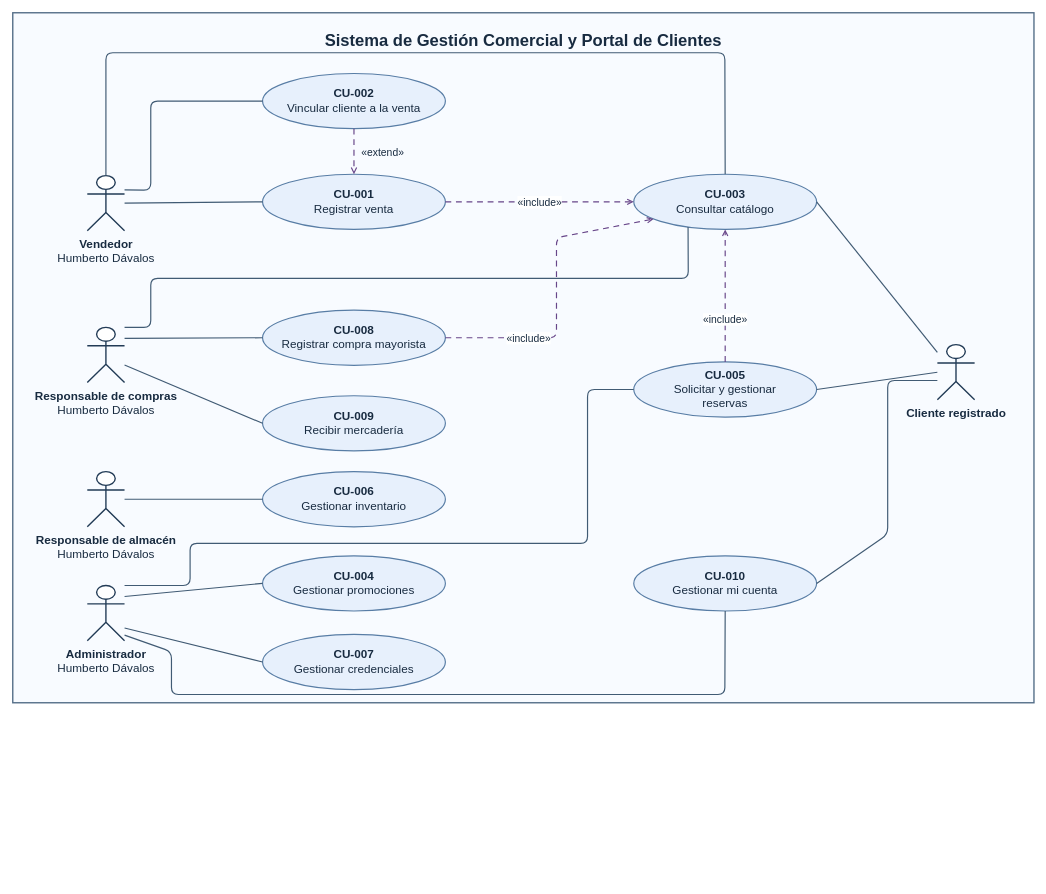
Above: modelos/casos-de-uso.drawio in seckfly/Grupo_4_ISW_Comercial_Nazareth_Definitivo_V2 (draw.io), before the change. Source tidied: cells renumbered, new cells numbered last; positions are measured from the earlier drawing's top-left corner, leaving out a move shared by most shapes. Both pictures are drawn from the tidied source at 69%, with x=0, y=0 at pixel (12, 12).
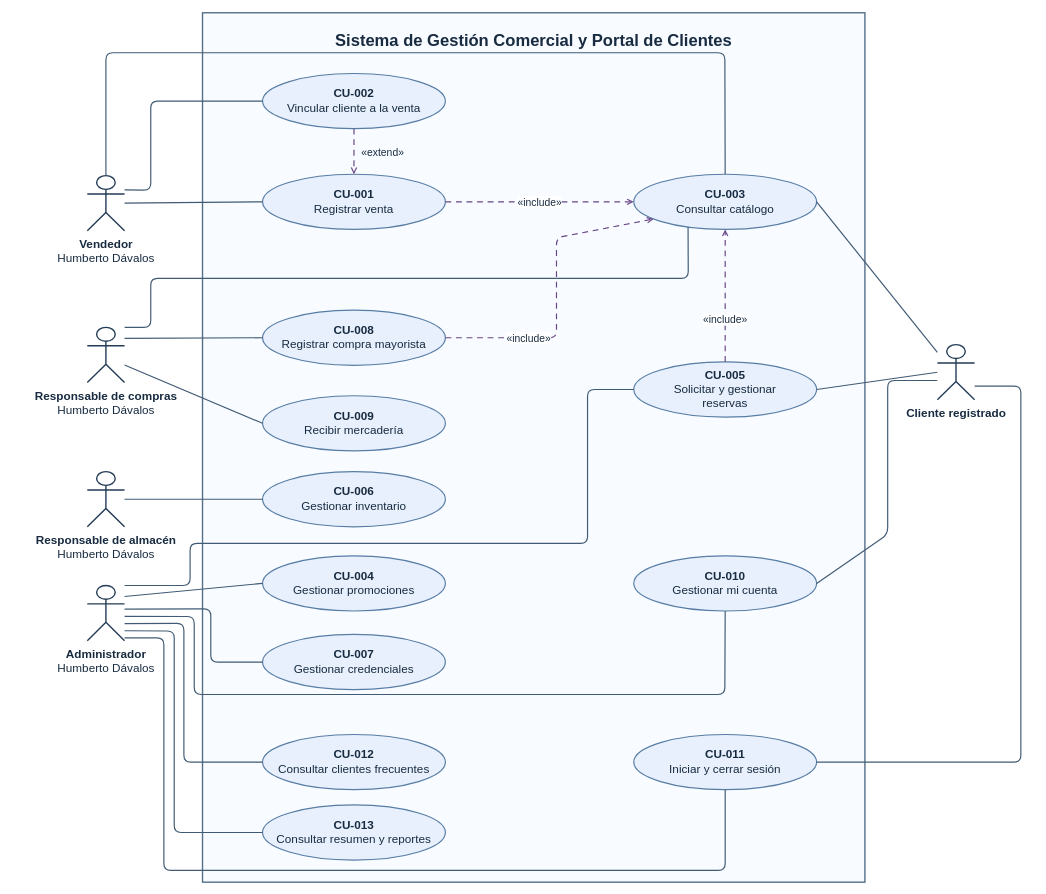
The same page after the edit.

Commit message (it also covers changes not shown here):
docs: actualizar diagramas UML y exportaciones para el informe

The change refers to these unchanged cells:
```xml
<mxCell id="6" value="&lt;b&gt;Administrador&lt;/b&gt;&lt;br&gt;Humberto Dávalos" style="fontFamily=Helvetica;fontColor=#182b40;fontSize=17;html=1;whiteSpace=wrap;shape=umlActor;strokeColor=#223b56;fillColor=#FFFFFF;strokeWidth=2;verticalLabelPosition=bottom;verticalAlign=top;spacingTop=4;align=center;whiteSpace=nowrap;" parent="1" vertex="1">
  <mxGeometry x="108" y="830" width="54" height="80" as="geometry" />
</mxCell>
<mxCell id="7" value="&lt;b&gt;Cliente registrado&lt;/b&gt;" style="fontFamily=Helvetica;fontColor=#182b40;fontSize=17;html=1;whiteSpace=wrap;shape=umlActor;strokeColor=#223b56;fillColor=#FFFFFF;strokeWidth=2;verticalLabelPosition=bottom;verticalAlign=top;spacingTop=4;align=center;whiteSpace=nowrap;" parent="1" vertex="1">
  <mxGeometry x="1340" y="481" width="54" height="80" as="geometry" />
</mxCell>
<mxCell id="14" value="&lt;b&gt;CU-007&lt;/b&gt;&lt;br&gt;Gestionar credenciales" style="fontFamily=Helvetica;fontColor=#182b40;fontSize=17;html=1;whiteSpace=wrap;ellipse;fillColor=#e7f0fc;strokeColor=#587da5;strokeWidth=1.7;" parent="1" vertex="1">
  <mxGeometry x="362" y="901" width="265" height="80" as="geometry" />
</mxCell>
<mxCell id="17" value="&lt;b&gt;CU-010&lt;/b&gt;&lt;br&gt;Gestionar mi cuenta" style="fontFamily=Helvetica;fontColor=#182b40;fontSize=17;html=1;whiteSpace=wrap;ellipse;fillColor=#e7f0fc;strokeColor=#587da5;strokeWidth=1.7;" parent="1" vertex="1">
  <mxGeometry x="900" y="787" width="265" height="80" as="geometry" />
</mxCell>
```

Diff of the diagram source:
```diff
@@
     <mxCell id="2" value="Sistema de Gestión Comercial y Portal de Clientes" style="fontFamily=Helvetica;fontColor=#182b40;fontSize=17;html=1;whiteSpace=wrap;fillColor=#f8fbff;strokeColor=#536d87;strokeWidth=2;verticalAlign=top;spacingTop=19;fontSize=24;fontStyle=1;" parent="1" vertex="1">
-      <mxGeometry width="1480" height="1000" as="geometry" />
+      <mxGeometry x="275" width="960" height="1260" as="geometry" />
     </mxCell>
@@
+    <mxCell id="36" value="&lt;b&gt;CU-011&lt;/b&gt;&lt;br&gt;Iniciar y cerrar sesión" style="fontFamily=Helvetica;fontColor=#182b40;fontSize=17;html=1;whiteSpace=wrap;ellipse;fillColor=#e7f0fc;strokeColor=#587da5;strokeWidth=1.7;" parent="1" vertex="1">
+      <mxGeometry x="900" y="1046" width="265" height="80" as="geometry" />
+    </mxCell>
+    <mxCell id="37" value="&lt;b&gt;CU-012&lt;/b&gt;&lt;br&gt;Consultar clientes frecuentes" style="fontFamily=Helvetica;fontColor=#182b40;fontSize=17;html=1;whiteSpace=wrap;ellipse;fillColor=#e7f0fc;strokeColor=#587da5;strokeWidth=1.7;" parent="1" vertex="1">
+      <mxGeometry x="362" y="1046" width="265" height="80" as="geometry" />
+    </mxCell>
+    <mxCell id="38" value="&lt;b&gt;CU-013&lt;/b&gt;&lt;br&gt;Consultar resumen y reportes" style="fontFamily=Helvetica;fontColor=#182b40;fontSize=17;html=1;whiteSpace=wrap;ellipse;fillColor=#e7f0fc;strokeColor=#587da5;strokeWidth=1.7;" parent="1" vertex="1">
+      <mxGeometry x="362" y="1148" width="265" height="80" as="geometry" />
+    </mxCell>
@@
-    <mxCell id="26" style="fontFamily=Helvetica;fontColor=#182b40;fontSize=17;html=1;whiteSpace=wrap;strokeWidth=1.7;labelBackgroundColor=#FFFFFF;fontSize=15;exitX=1;exitY=0.77;entryX=0;entryY=0.5;endArrow=none;strokeColor=#415b74;" parent="1" edge="1" source="6" target="14">
-      <mxGeometry relative="1" as="geometry" />
+    <mxCell id="26" style="fontFamily=Helvetica;fontColor=#182b40;fontSize=17;html=1;whiteSpace=wrap;strokeWidth=1.7;labelBackgroundColor=#FFFFFF;fontSize=15;exitX=1;exitY=0.43;entryX=0;entryY=0.5;endArrow=none;strokeColor=#415b74;" parent="1" edge="1" source="6" target="14">
+      <mxGeometry relative="1" as="geometry">
+        <Array as="points">
+          <mxPoint x="287" y="864" />
+          <mxPoint x="287" y="941" />
+        </Array>
+      </mxGeometry>
     </mxCell>
@@
-    <mxCell id="28" style="fontFamily=Helvetica;fontColor=#182b40;fontSize=17;html=1;whiteSpace=wrap;strokeWidth=1.7;labelBackgroundColor=#FFFFFF;fontSize=15;exitX=1;exitY=0.9;entryX=0.5;entryY=1;endArrow=none;strokeColor=#415b74;" parent="1" edge="1" source="6" target="17">
+    <mxCell id="28" style="fontFamily=Helvetica;fontColor=#182b40;fontSize=17;html=1;whiteSpace=wrap;strokeWidth=1.7;labelBackgroundColor=#FFFFFF;fontSize=15;exitX=1;exitY=0.56;entryX=0.5;entryY=1;endArrow=none;strokeColor=#415b74;" parent="1" edge="1" source="6" target="17">
       <mxGeometry relative="1" as="geometry">
         <Array as="points">
-          <mxPoint x="230" y="926" />
-          <mxPoint x="230" y="988" />
+          <mxPoint x="263" y="875" />
+          <mxPoint x="263" y="988" />
           <mxPoint x="1032" y="988" />
         </Array>
       </mxGeometry>
     </mxCell>
@@
+    <mxCell id="39" style="fontFamily=Helvetica;fontColor=#182b40;fontSize=17;html=1;whiteSpace=wrap;strokeWidth=1.7;labelBackgroundColor=#FFFFFF;fontSize=15;exitX=1;exitY=0.69;entryX=0;entryY=0.5;endArrow=none;strokeColor=#415b74;" parent="1" edge="1" source="6" target="37">
+      <mxGeometry relative="1" as="geometry">
+        <Array as="points">
+          <mxPoint x="248" y="885" />
+          <mxPoint x="248" y="1086" />
+        </Array>
+      </mxGeometry>
+    </mxCell>
+    <mxCell id="40" style="fontFamily=Helvetica;fontColor=#182b40;fontSize=17;html=1;whiteSpace=wrap;strokeWidth=1.7;labelBackgroundColor=#FFFFFF;fontSize=15;exitX=1;exitY=0.82;entryX=0;entryY=0.5;endArrow=none;strokeColor=#415b74;" parent="1" edge="1" source="6" target="38">
+      <mxGeometry relative="1" as="geometry">
+        <Array as="points">
+          <mxPoint x="234" y="896" />
+          <mxPoint x="234" y="1188" />
+        </Array>
+      </mxGeometry>
+    </mxCell>
+    <mxCell id="41" style="fontFamily=Helvetica;fontColor=#182b40;fontSize=17;html=1;whiteSpace=wrap;strokeWidth=1.7;labelBackgroundColor=#FFFFFF;fontSize=15;exitX=1;exitY=0.95;entryX=0.5;entryY=1;endArrow=none;strokeColor=#415b74;" parent="1" edge="1" source="6" target="36">
+      <mxGeometry relative="1" as="geometry">
+        <Array as="points">
+          <mxPoint x="219" y="906" />
+          <mxPoint x="219" y="1243" />
+          <mxPoint x="1032.5" y="1243" />
+        </Array>
+      </mxGeometry>
+    </mxCell>
+    <mxCell id="42" style="fontFamily=Helvetica;fontColor=#182b40;fontSize=17;html=1;whiteSpace=wrap;strokeWidth=1.7;labelBackgroundColor=#FFFFFF;fontSize=15;exitX=1;exitY=0.75;entryX=1;entryY=0.5;endArrow=none;strokeColor=#415b74;" parent="1" edge="1" source="7" target="36">
+      <mxGeometry relative="1" as="geometry">
+        <Array as="points">
+          <mxPoint x="1461" y="541" />
+          <mxPoint x="1461" y="1086" />
+        </Array>
+      </mxGeometry>
+    </mxCell>
```
